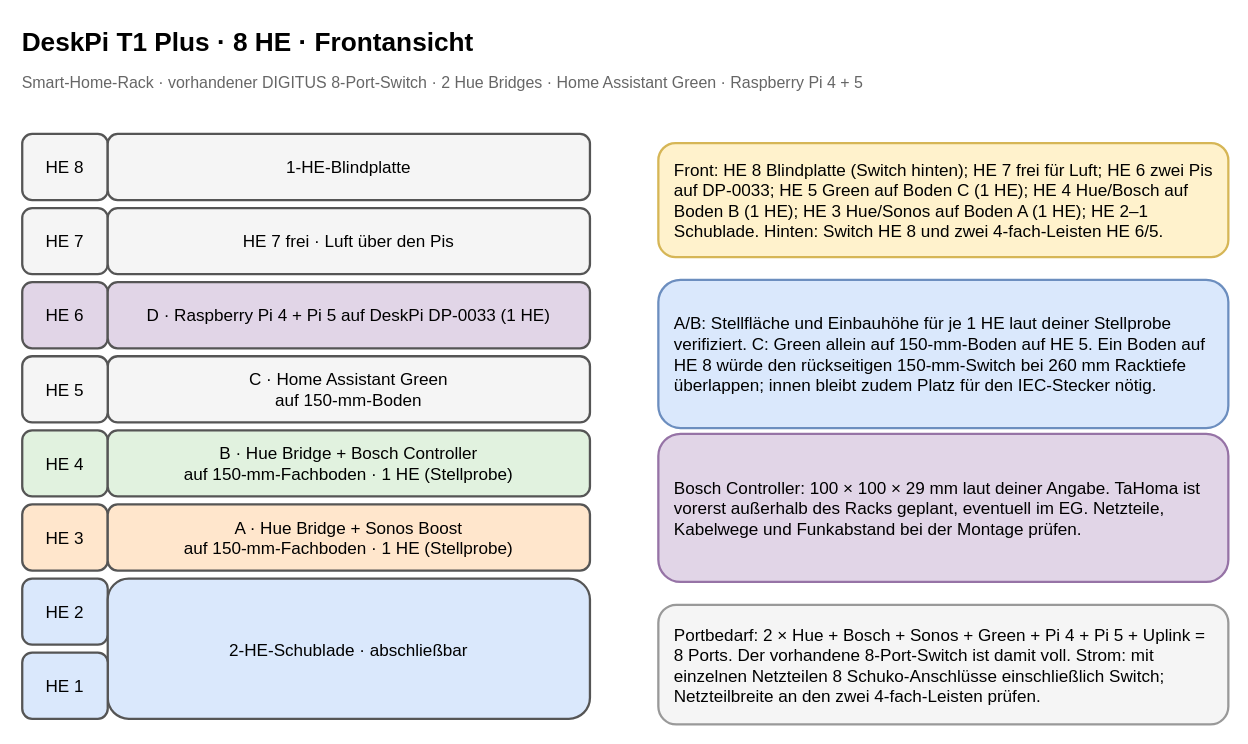
This is page "DeskPi 8 HE – Front" (1 of 4) of 10-zoll-rack-planung.drawio from tiptronic/diagrams, a draw.io file, before an edit. Source tidied: cells renumbered, new cells numbered last; positions are measured from the earlier drawing's top-left corner, leaving out a move shared by most shapes. Both pictures are drawn from the tidied source at 114%, with x=0, y=0 at pixel (19, 19).
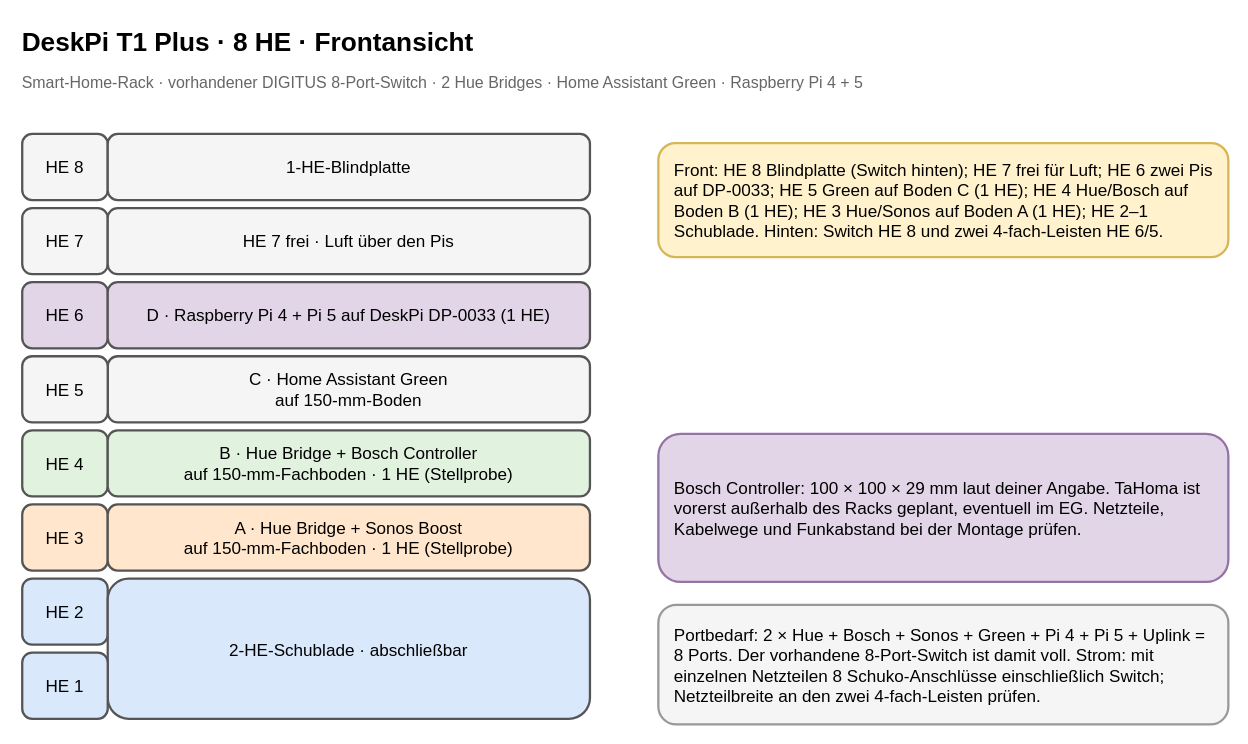
The same diagram, later.

The edit, as a diff of the source:
```diff
@@
-    <mxCell id="20" value="A/B: Stellfläche und Einbauhöhe für je 1 HE laut deiner Stellprobe verifiziert. C: Green allein auf 150-mm-Boden auf HE 5. Ein Boden auf HE 8 würde den rückseitigen 150-mm-Switch bei 260 mm Racktiefe überlappen; innen bleibt zudem Platz für den IEC-Stecker nötig." style="rounded=1;whiteSpace=wrap;html=1;align=center;verticalAlign=middle;strokeWidth=2;fontSize=15;align=left;spacing=14;fillColor=#dae8fc;strokeColor=#6c8ebf;" parent="1" vertex="1">
-      <mxGeometry x="560" y="228" width="500" height="130" as="geometry" />
-    </mxCell>
```
